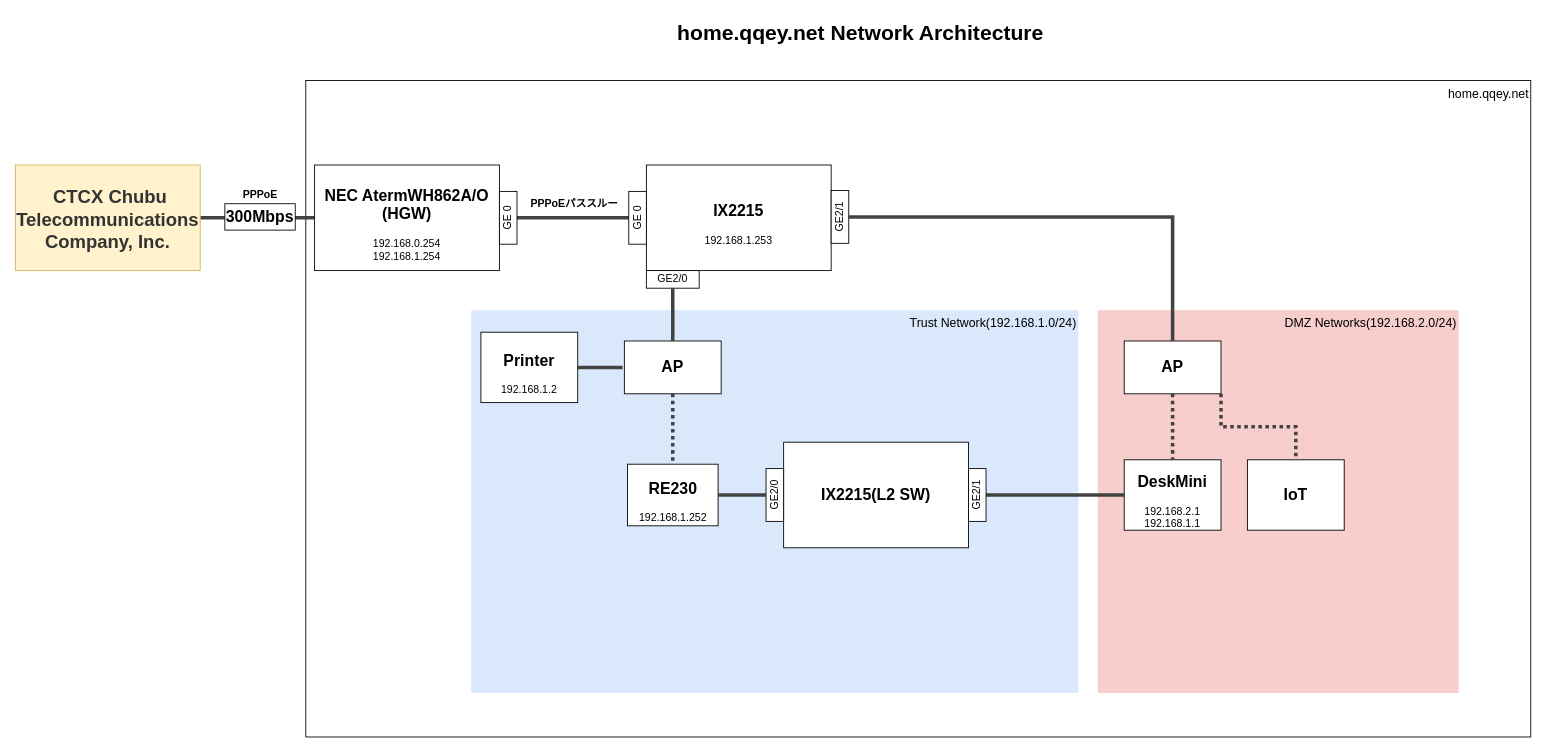
The draw.io diagram Structure/home.qqey.net.drawio in qqey/ponkan, before the edit. Source tidied: cells renumbered, new cells numbered last; positions are measured from the earlier drawing's top-left corner, leaving out a move shared by most shapes. Both pictures are drawn from the tidied source at 88%, with x=0, y=0 at pixel (15, 15).
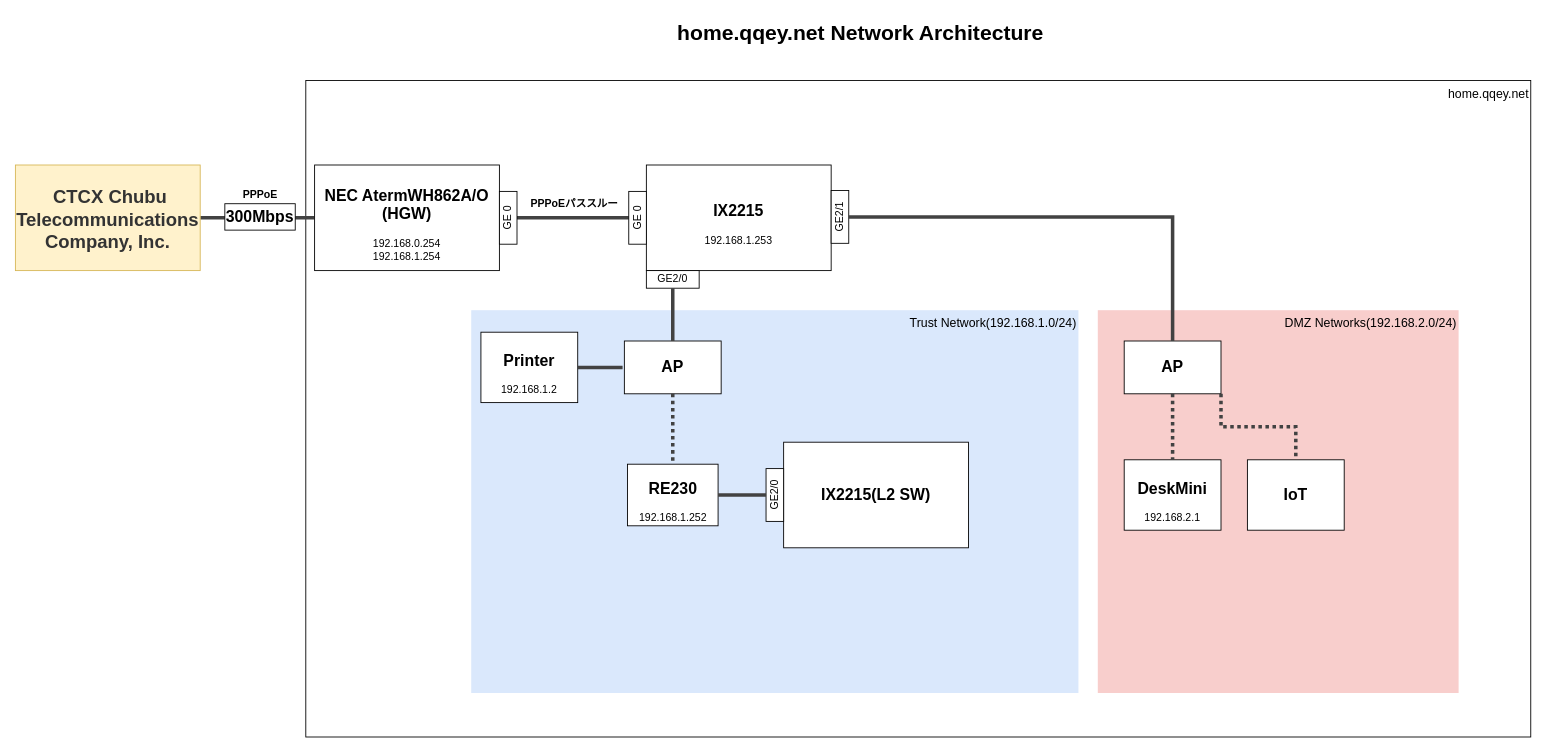
Above is the later version.

Commit message (it also covers changes not shown here):
home.qqey.net.drawio を更新します

The change refers to these unchanged cells:
```xml
<mxCell id="22" value="&lt;h2 style=&quot;border-color: var(--border-color);&quot;&gt;IX2215(L2 SW)&lt;/h2&gt;" style="rounded=0;whiteSpace=wrap;html=1;gradientColor=none;" parent="1" vertex="1">
  <mxGeometry x="873" y="485" width="210" height="120" as="geometry" />
</mxCell>
```

What changed in the source:
```diff
@@
-    <mxCell id="28" value="&lt;h2 style=&quot;border-color: var(--border-color);&quot;&gt;DeskMini&lt;/h2&gt;&lt;div&gt;192.168.2.1&lt;/div&gt;&lt;div&gt;192.168.1.1&lt;/div&gt;" style="rounded=0;whiteSpace=wrap;html=1;gradientColor=none;" parent="1" vertex="1">
+    <mxCell id="28" value="&lt;h2 style=&quot;border-color: var(--border-color);&quot;&gt;DeskMini&lt;/h2&gt;&lt;div&gt;192.168.2.1&lt;/div&gt;" style="rounded=0;whiteSpace=wrap;html=1;gradientColor=none;" parent="1" vertex="1">
       <mxGeometry x="1260" y="505" width="110" height="80" as="geometry" />
     </mxCell>
@@
-    <mxCell id="34" style="edgeStyle=orthogonalEdgeStyle;rounded=0;jettySize=auto;html=1;endArrow=none;endFill=0;strokeWidth=4;strokeColor=#424242;entryX=1;entryY=0.5;entryDx=0;entryDy=0;exitX=0;exitY=0.5;exitDx=0;exitDy=0;" parent="1" edge="1" source="36" target="22">
-      <mxGeometry relative="1" as="geometry" />
+    <mxCell id="34" style="edgeStyle=orthogonalEdgeStyle;rounded=0;jettySize=auto;html=1;endArrow=none;endFill=0;strokeWidth=4;strokeColor=#424242;entryX=1;entryY=0.5;entryDx=0;entryDy=0;exitX=0;exitY=0.5;exitDx=0;exitDy=0;" parent="1" edge="1" target="22">
+      <mxGeometry relative="1" as="geometry">
+        <mxPoint x="1083" y="545" as="sourcePoint" />
+      </mxGeometry>
     </mxCell>
-    <mxCell id="35" style="edgeStyle=orthogonalEdgeStyle;rounded=0;jettySize=auto;html=1;endArrow=none;endFill=0;strokeWidth=4;strokeColor=#424242;entryX=1;entryY=0.5;entryDx=0;entryDy=0;exitX=0;exitY=0.5;exitDx=0;exitDy=0;" parent="1" edge="1" source="28" target="36">
-      <mxGeometry relative="1" as="geometry" />
-    </mxCell>
-    <mxCell id="36" value="GE2/1" style="rounded=0;whiteSpace=wrap;html=1;horizontal=0;rotation=0;" parent="1" vertex="1">
-      <mxGeometry x="1083" y="515" width="20" height="60" as="geometry" />
-    </mxCell>
```
